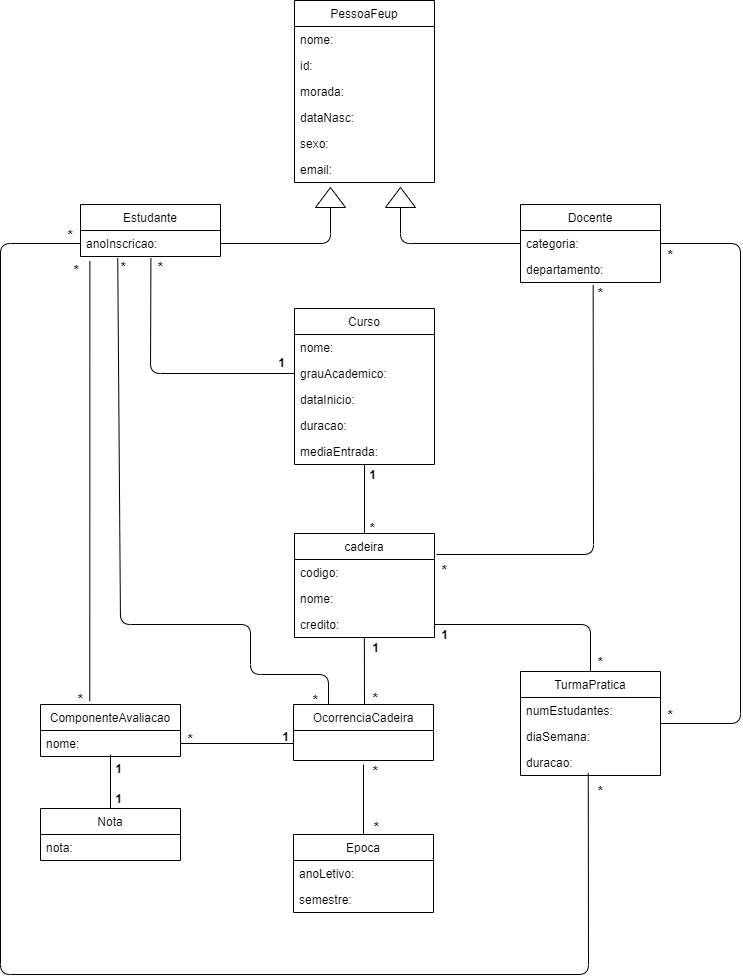
Above: 2nd Submission/Modelo Conceptual.png in joaoDossena/MIEIC-BDAD (draw.io), before the change. Source tidied: cells renumbered, new cells last; positions are measured from the earlier drawing's top-left corner, leaving out a move shared by most shapes.
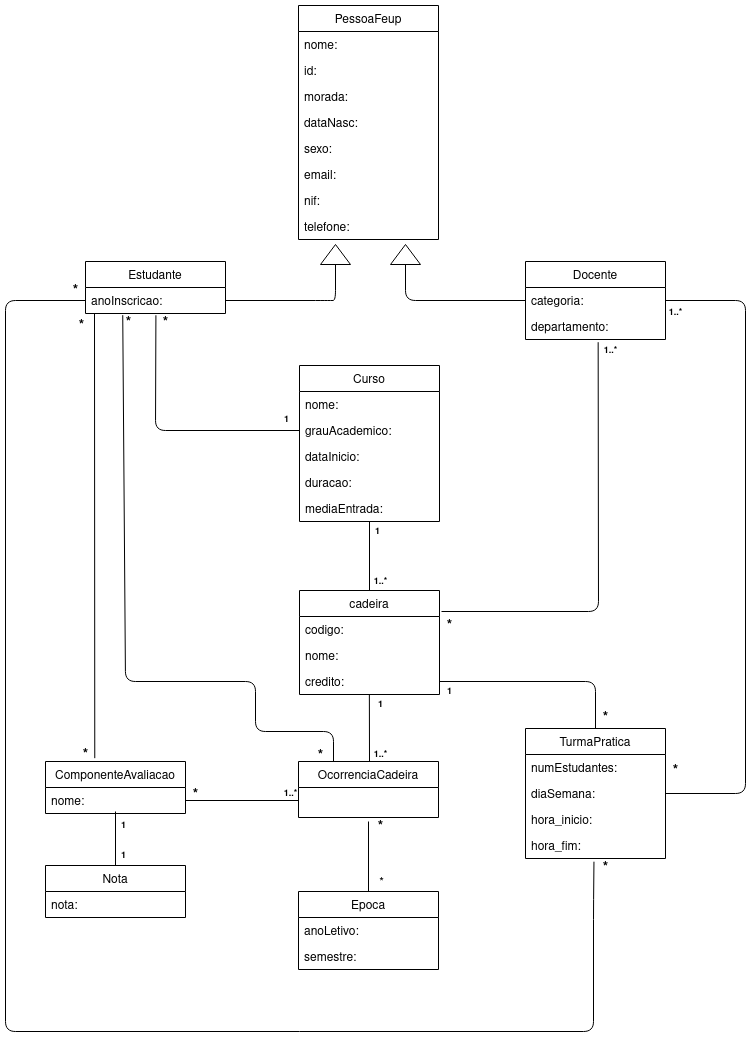
The same diagram one commit later.

Change to the diagram source:
```diff
@@ -3,7 +3,7 @@
     <mxCell id="0" />
     <mxCell id="1" parent="0" />
     <mxCell id="2" value="PessoaFeup" style="swimlane;fontStyle=0;horizontal=1;startSize=26;fillColor=none;" parent="1" vertex="1">
-      <mxGeometry x="294" width="140" height="182" as="geometry" />
+      <mxGeometry x="293" y="-52" width="140" height="234" as="geometry" />
     </mxCell>
     <mxCell id="3" value="nome: " style="text;strokeColor=none;fillColor=none;align=left;verticalAlign=top;spacingLeft=4;spacingRight=4;overflow=hidden;" parent="2" vertex="1">
       <mxGeometry y="26" width="140" height="26" as="geometry" />
@@ -23,6 +23,12 @@
     <mxCell id="8" value="email:" style="text;strokeColor=none;fillColor=none;align=left;verticalAlign=top;spacingLeft=4;spacingRight=4;overflow=hidden;" parent="2" vertex="1">
       <mxGeometry y="156" width="140" height="26" as="geometry" />
     </mxCell>
+    <mxCell id="76" value="nif:" style="text;strokeColor=none;fillColor=none;align=left;verticalAlign=top;spacingLeft=4;spacingRight=4;overflow=hidden;" parent="2" vertex="1">
+      <mxGeometry y="182" width="140" height="26" as="geometry" />
+    </mxCell>
+    <mxCell id="77" value="telefone:" style="text;strokeColor=none;fillColor=none;align=left;verticalAlign=top;spacingLeft=4;spacingRight=4;overflow=hidden;" parent="2" vertex="1">
+      <mxGeometry y="208" width="140" height="26" as="geometry" />
+    </mxCell>
     <mxCell id="9" value="Estudante" style="swimlane;fontStyle=0;horizontal=1;startSize=26;fillColor=none;" parent="1" vertex="1">
       <mxGeometry x="80" y="204" width="140" height="52" as="geometry" />
     </mxCell>
@@ -48,6 +54,7 @@
       <mxGeometry relative="1" as="geometry">
         <mxPoint x="220" y="243" as="sourcePoint" />
         <Array as="points">
+          <mxPoint x="320" y="243" />
           <mxPoint x="330" y="243" />
         </Array>
       </mxGeometry>
@@ -177,11 +184,11 @@
     <mxCell id="46" value="&lt;b&gt;&lt;font style=&quot;font-size: 9px&quot;&gt;1&lt;/font&gt;&lt;/b&gt;" style="text;html=1;align=center;verticalAlign=middle;" parent="1" vertex="1">
       <mxGeometry x="271" y="352" width="20" height="20" as="geometry" />
     </mxCell>
-    <mxCell id="47" value="&lt;font style=&quot;font-size: 14px&quot;&gt;&lt;b&gt;*&lt;/b&gt;&lt;/font&gt;" style="text;html=1;align=center;verticalAlign=middle;" parent="1" vertex="1">
-      <mxGeometry x="362" y="517" width="20" height="20" as="geometry" />
+    <mxCell id="47" value="&lt;font style=&quot;font-size: 14px&quot;&gt;&lt;b style=&quot;font-size: 9px&quot;&gt;1..*&lt;/b&gt;&lt;/font&gt;" style="text;html=1;align=center;verticalAlign=middle;" parent="1" vertex="1">
+      <mxGeometry x="360" y="513" width="30" height="20" as="geometry" />
     </mxCell>
-    <mxCell id="48" value="&lt;font style=&quot;font-size: 14px&quot;&gt;&lt;b&gt;*&lt;/b&gt;&lt;/font&gt;" style="text;html=1;align=center;verticalAlign=middle;" parent="1" vertex="1">
-      <mxGeometry x="590" y="282" width="20" height="20" as="geometry" />
+    <mxCell id="48" value="&lt;font style=&quot;font-size: 14px&quot;&gt;&lt;b style=&quot;font-size: 9px&quot;&gt;1..*&lt;/b&gt;&lt;/font&gt;" style="text;html=1;align=center;verticalAlign=middle;" parent="1" vertex="1">
+      <mxGeometry x="590" y="282" width="30" height="20" as="geometry" />
     </mxCell>
     <mxCell id="49" value="&lt;font style=&quot;font-size: 14px&quot;&gt;&lt;b&gt;*&lt;/b&gt;&lt;/font&gt;" style="text;html=1;align=center;verticalAlign=middle;" parent="1" vertex="1">
       <mxGeometry x="434" y="559" width="20" height="20" as="geometry" />
@@ -201,8 +208,8 @@
     <mxCell id="54" value="&lt;font style=&quot;font-size: 14px&quot;&gt;&lt;b&gt;*&lt;/b&gt;&lt;/font&gt;" style="text;html=1;align=center;verticalAlign=middle;" parent="1" vertex="1">
       <mxGeometry x="180" y="728" width="20" height="20" as="geometry" />
     </mxCell>
-    <mxCell id="55" value="&lt;b&gt;&lt;font style=&quot;font-size: 9px&quot;&gt;1&lt;/font&gt;&lt;/b&gt;" style="text;html=1;align=center;verticalAlign=middle;" parent="1" vertex="1">
-      <mxGeometry x="275" y="726" width="20" height="20" as="geometry" />
+    <mxCell id="55" value="&lt;b&gt;&lt;font style=&quot;font-size: 9px&quot;&gt;1..*&lt;/font&gt;&lt;/b&gt;" style="text;html=1;align=center;verticalAlign=middle;" parent="1" vertex="1">
+      <mxGeometry x="270" y="726" width="30" height="20" as="geometry" />
     </mxCell>
     <mxCell id="56" value="&lt;b&gt;&lt;font style=&quot;font-size: 9px&quot;&gt;1&lt;/font&gt;&lt;/b&gt;" style="text;html=1;align=center;verticalAlign=middle;" parent="1" vertex="1">
       <mxGeometry x="108" y="788" width="20" height="20" as="geometry" />
@@ -210,7 +217,7 @@
     <mxCell id="57" value="&lt;b&gt;&lt;font style=&quot;font-size: 9px&quot;&gt;1&lt;/font&gt;&lt;/b&gt;" style="text;html=1;align=center;verticalAlign=middle;" parent="1" vertex="1">
       <mxGeometry x="108" y="758" width="20" height="20" as="geometry" />
     </mxCell>
-    <mxCell id="58" value="&lt;font style=&quot;font-size: 14px&quot;&gt;&lt;b&gt;*&lt;/b&gt;&lt;/font&gt;" style="text;html=1;align=center;verticalAlign=middle;" parent="1" vertex="1">
+    <mxCell id="58" value="&lt;div&gt;*&lt;br&gt;&lt;/div&gt;" style="text;html=1;align=center;verticalAlign=middle;" parent="1" vertex="1">
       <mxGeometry x="366" y="816" width="20" height="20" as="geometry" />
     </mxCell>
     <mxCell id="59" value="&lt;font style=&quot;font-size: 14px&quot;&gt;&lt;b&gt;*&lt;/b&gt;&lt;/font&gt;" style="text;html=1;align=center;verticalAlign=middle;" parent="1" vertex="1">
@@ -220,7 +227,7 @@
       <mxGeometry x="362" y="464" width="20" height="20" as="geometry" />
     </mxCell>
     <mxCell id="61" value="TurmaPratica" style="swimlane;fontStyle=0;horizontal=1;startSize=26;fillColor=none;" parent="1" vertex="1">
-      <mxGeometry x="520" y="671" width="140" height="104" as="geometry" />
+      <mxGeometry x="520" y="671" width="140" height="130" as="geometry" />
     </mxCell>
     <mxCell id="62" value="numEstudantes:" style="text;strokeColor=none;fillColor=none;align=left;verticalAlign=top;spacingLeft=4;spacingRight=4;overflow=hidden;" parent="61" vertex="1">
       <mxGeometry y="26" width="140" height="26" as="geometry" />
@@ -228,29 +235,37 @@
     <mxCell id="63" value="diaSemana:" style="text;strokeColor=none;fillColor=none;align=left;verticalAlign=top;spacingLeft=4;spacingRight=4;overflow=hidden;" parent="61" vertex="1">
       <mxGeometry y="52" width="140" height="26" as="geometry" />
     </mxCell>
-    <mxCell id="64" value="duracao:" style="text;strokeColor=none;fillColor=none;align=left;verticalAlign=top;spacingLeft=4;spacingRight=4;overflow=hidden;points=[[0,0.5],[1,0.5]];portConstraint=eastwest;" parent="61" vertex="1">
-      <mxGeometry y="78" width="140" height="26" as="geometry" />
-    </mxCell>
+    <mxCell id="78" value="hora_inicio:" style="text;strokeColor=none;fillColor=none;align=left;verticalAlign=top;spacingLeft=4;spacingRight=4;overflow=hidden;" parent="61" vertex="1">
+      <mxGeometry y="78" width="140" height="26" as="geometry" />
+    </mxCell>
+    <mxCell id="79" value="hora_fim:" style="text;strokeColor=none;fillColor=none;align=left;verticalAlign=top;spacingLeft=4;spacingRight=4;overflow=hidden;points=[[0,0.5],[1,0.5]];portConstraint=eastwest;" parent="61" vertex="1">
+      <mxGeometry y="104" width="140" height="26" as="geometry" />
+    </mxCell>
-    <mxCell id="65" value="&lt;font style=&quot;font-size: 14px&quot;&gt;&lt;b&gt;*&lt;/b&gt;&lt;/font&gt;" style="text;html=1;align=center;verticalAlign=middle;" parent="1" vertex="1">
-      <mxGeometry x="365" y="687" width="20" height="20" as="geometry" />
+    <mxCell id="65" value="&lt;font size=&quot;1&quot;&gt;&lt;b style=&quot;font-size: 9px&quot;&gt;1..*&lt;/b&gt;&lt;/font&gt;" style="text;html=1;align=center;verticalAlign=middle;" parent="1" vertex="1">
+      <mxGeometry x="360" y="687" width="30" height="20" as="geometry" />
     </mxCell>
     <mxCell id="66" value="&lt;b&gt;&lt;font style=&quot;font-size: 9px&quot;&gt;1&lt;/font&gt;&lt;/b&gt;" style="text;html=1;align=center;verticalAlign=middle;" parent="1" vertex="1">
       <mxGeometry x="365" y="637" width="20" height="20" as="geometry" />
     </mxCell>
-    <mxCell id="67" style="endArrow=none;html=1;entryX=0.067;entryY=1.179;entryDx=0;entryDy=0;entryPerimeter=0;exitX=0.352;exitY=-0.064;exitDx=0;exitDy=0;exitPerimeter=0;" parent="1" edge="1" source="38" target="10">
-      <mxGeometry relative="1" as="geometry" />
+    <mxCell id="67" style="endArrow=none;html=1;exitX=0.352;exitY=-0.064;exitDx=0;exitDy=0;exitPerimeter=0;" parent="1" edge="1" source="38">
+      <mxGeometry relative="1" as="geometry">
+        <mxPoint x="89" y="256" as="targetPoint" />
+      </mxGeometry>
     </mxCell>
-    <mxCell id="68" style="endArrow=none;html=1;exitX=0;exitY=0.5;exitDx=0;exitDy=0;entryX=0.484;entryY=0.905;entryDx=0;entryDy=0;entryPerimeter=0;" parent="1" edge="1" source="10" target="64">
+    <mxCell id="68" style="endArrow=none;html=1;exitX=0;exitY=0.5;exitDx=0;exitDy=0;entryX=0.489;entryY=1.123;entryDx=0;entryDy=0;entryPerimeter=0;" parent="1" edge="1" source="10" target="79">
       <mxGeometry relative="1" as="geometry">
         <Array as="points">
           <mxPoint y="243" />
           <mxPoint y="974" />
           <mxPoint x="588" y="974" />
+          <mxPoint x="588" y="892" />
+          <mxPoint x="588" y="962" />
+          <mxPoint x="588" y="852" />
         </Array>
       </mxGeometry>
     </mxCell>
     <mxCell id="69" value="&lt;font style=&quot;font-size: 14px&quot;&gt;&lt;b&gt;*&lt;/b&gt;&lt;/font&gt;" style="text;html=1;align=center;verticalAlign=middle;" parent="1" vertex="1">
-      <mxGeometry x="590" y="780" width="20" height="20" as="geometry" />
+      <mxGeometry x="590" y="801" width="20" height="20" as="geometry" />
     </mxCell>
     <mxCell id="70" value="&lt;font style=&quot;font-size: 14px&quot;&gt;&lt;b&gt;*&lt;/b&gt;&lt;/font&gt;" style="text;html=1;align=center;verticalAlign=middle;" parent="1" vertex="1">
       <mxGeometry x="60" y="224" width="20" height="20" as="geometry" />
@@ -258,7 +273,7 @@
     <mxCell id="71" style="endArrow=none;html=1;exitX=1;exitY=0.5;exitDx=0;exitDy=0;entryX=1;entryY=0.5;entryDx=0;entryDy=0;" parent="1" edge="1" source="61" target="12">
       <mxGeometry relative="1" as="geometry">
         <Array as="points">
-          <mxPoint x="740" y="723" />
+          <mxPoint x="740" y="736" />
           <mxPoint x="740" y="243" />
         </Array>
       </mxGeometry>
@@ -272,8 +287,8 @@
     <mxCell id="74" value="&lt;font style=&quot;font-size: 14px&quot;&gt;&lt;b&gt;*&lt;/b&gt;&lt;/font&gt;" style="text;html=1;align=center;verticalAlign=middle;" parent="1" vertex="1">
       <mxGeometry x="660" y="704" width="20" height="20" as="geometry" />
     </mxCell>
-    <mxCell id="75" value="&lt;font style=&quot;font-size: 14px&quot;&gt;&lt;b&gt;*&lt;/b&gt;&lt;/font&gt;" style="text;html=1;align=center;verticalAlign=middle;" parent="1" vertex="1">
-      <mxGeometry x="660" y="244" width="20" height="20" as="geometry" />
+    <mxCell id="75" value="&lt;font style=&quot;font-size: 14px&quot;&gt;&lt;b style=&quot;font-size: 9px&quot;&gt;1..*&lt;/b&gt;&lt;/font&gt;" style="text;html=1;align=center;verticalAlign=middle;" parent="1" vertex="1">
+      <mxGeometry x="655" y="244" width="30" height="20" as="geometry" />
     </mxCell>
   </root>
 </mxGraphModel>
```
